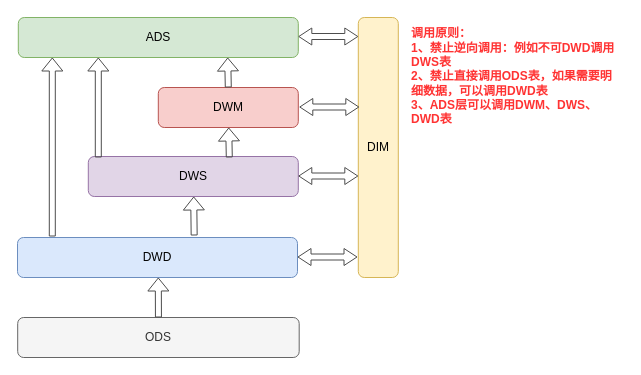
This is page "分层调用原则" (3 of 3) of pet_data_warehouse/数仓3.0分层.drawio from fangzheng0518/draw, a draw.io file, before an edit. Source tidied: cells renumbered, new cells numbered last; positions are measured from the earlier drawing's top-left corner, leaving out a move shared by most shapes. Both pictures are drawn from the tidied source at 100%, with x=0, y=0 at pixel (17, 17).
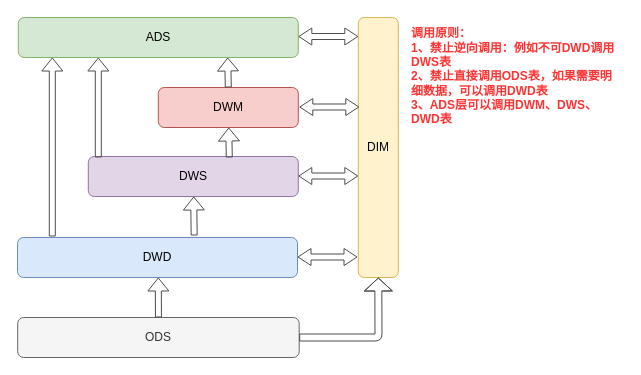
The same diagram, later.

Commit message:
更新数仓3.0分层.drawio

The change refers to these unchanged cells:
```xml
<mxCell id="6" value="ODS" style="rounded=1;whiteSpace=wrap;html=1;fillColor=#f5f5f5;strokeColor=#666666;fontColor=#333333;" parent="1" vertex="1">
  <mxGeometry x="0.2" y="300" width="281.5" height="40" as="geometry" />
</mxCell>
<mxCell id="7" value="DIM" style="rounded=1;whiteSpace=wrap;html=1;fillColor=#fff2cc;strokeColor=#d6b656;direction=west;" parent="1" vertex="1">
  <mxGeometry x="340.8" width="40" height="260" as="geometry" />
</mxCell>
```

Diff of the diagram source:
```diff
@@
+    <mxCell id="19" style="shape=flexArrow;endArrow=classic;html=1;strokeColor=#4D4D4D;strokeWidth=1;exitX=1;exitY=0.5;exitDx=0;exitDy=0;entryX=0.5;entryY=0;entryDx=0;entryDy=0;width=7;startWidth=10;endSize=4;startSize=5;" parent="1" edge="1" source="6" target="7">
+      <mxGeometry relative="1" as="geometry">
+        <Array as="points">
+          <mxPoint x="361" y="320" />
+        </Array>
+      </mxGeometry>
+    </mxCell>
```
